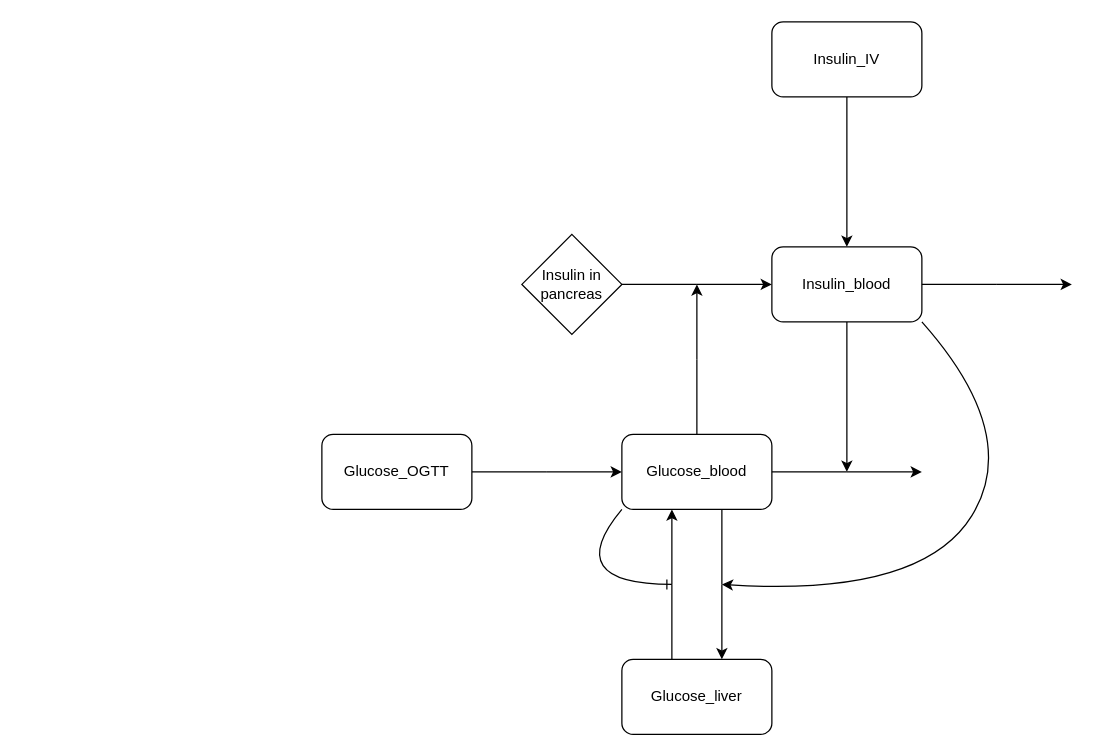
The draw.io diagram page "With IV" (5 of 6) of assets/glucose-dynamics.drawio in willov/modelling_example, before the edit. Source tidied: cells renumbered, new cells numbered last; positions are measured from the earlier drawing's top-left corner, leaving out a move shared by most shapes. Both pictures are drawn from the tidied source at 125%, with x=0, y=0 at pixel (321, 21).
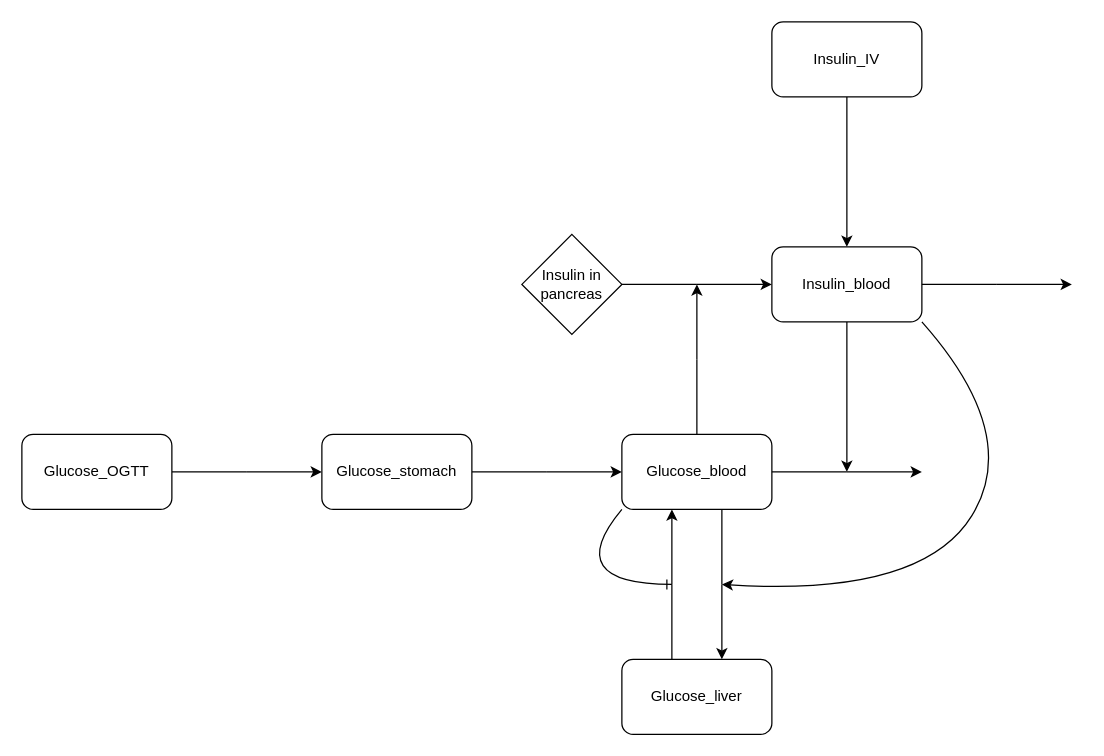
The same page after the edit.

What changed in the source:
```diff
@@
-    <mxCell id="10" value="Glucose_OGTT" style="rounded=1;whiteSpace=wrap;html=1;" parent="1" vertex="1">
-      <mxGeometry y="330" width="120" height="60" as="geometry" />
-    </mxCell>
@@
+    <mxCell id="43" style="endArrow=classic;html=1;rounded=0;entryX=0;entryY=0.5;entryDx=0;entryDy=0;" parent="1" edge="1" source="45">
+      <mxGeometry relative="1" as="geometry">
+        <mxPoint y="360" as="targetPoint" />
+      </mxGeometry>
+    </mxCell>
+    <mxCell id="44" style="endArrow=none;html=1;rounded=0;entryDx=0;entryDy=0;strokeColor=default;endFill=0;" parent="1" edge="1" target="45">
+      <mxGeometry relative="1" as="geometry">
+        <mxPoint x="-120" y="360" as="sourcePoint" />
+      </mxGeometry>
+    </mxCell>
+    <mxCell id="45" style="shape=waypoint;sketch=0;fillStyle=solid;size=6;points=[];fillColor=none;perimeter=centerPerimeter;snapToPoint=1;strokeColor=none;" parent="1" vertex="1">
+      <mxGeometry x="-70" y="350" width="20" height="20" as="geometry" />
+    </mxCell>
+    <mxCell id="10" value="Glucose_OGTT" style="rounded=1;whiteSpace=wrap;html=1;" parent="1" vertex="1">
+      <mxGeometry x="-240" y="330" width="120" height="60" as="geometry" />
+    </mxCell>
+    <mxCell id="46" value="Glucose_stomach" style="rounded=1;whiteSpace=wrap;html=1;" parent="1" vertex="1">
+      <mxGeometry y="330" width="120" height="60" as="geometry" />
+    </mxCell>
```
